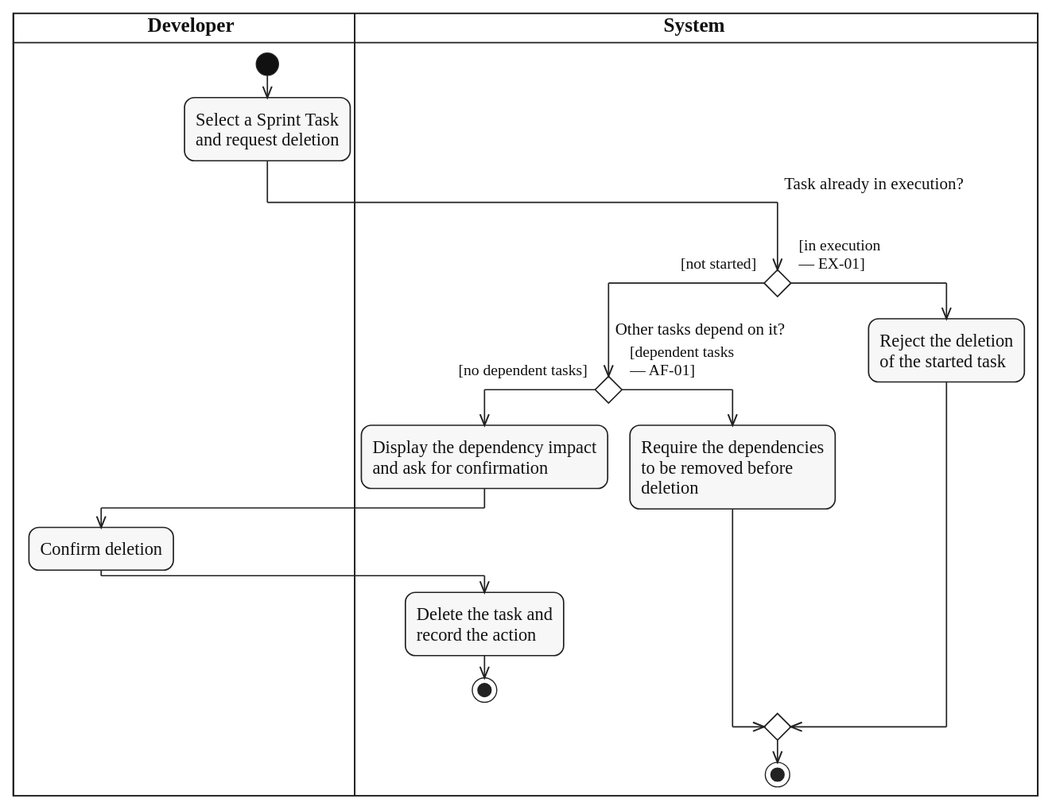
This is diagrams/activity/sprint-work/svg/UC-SPRINT-TASK-DELETE.svg from lukenab/swd392-doc-automation, a PlantUML export, as it was before one commit. Its source is kept beside it as diagrams/activity/sprint-work/source/UC-SPRINT-TASK-DELETE.puml.
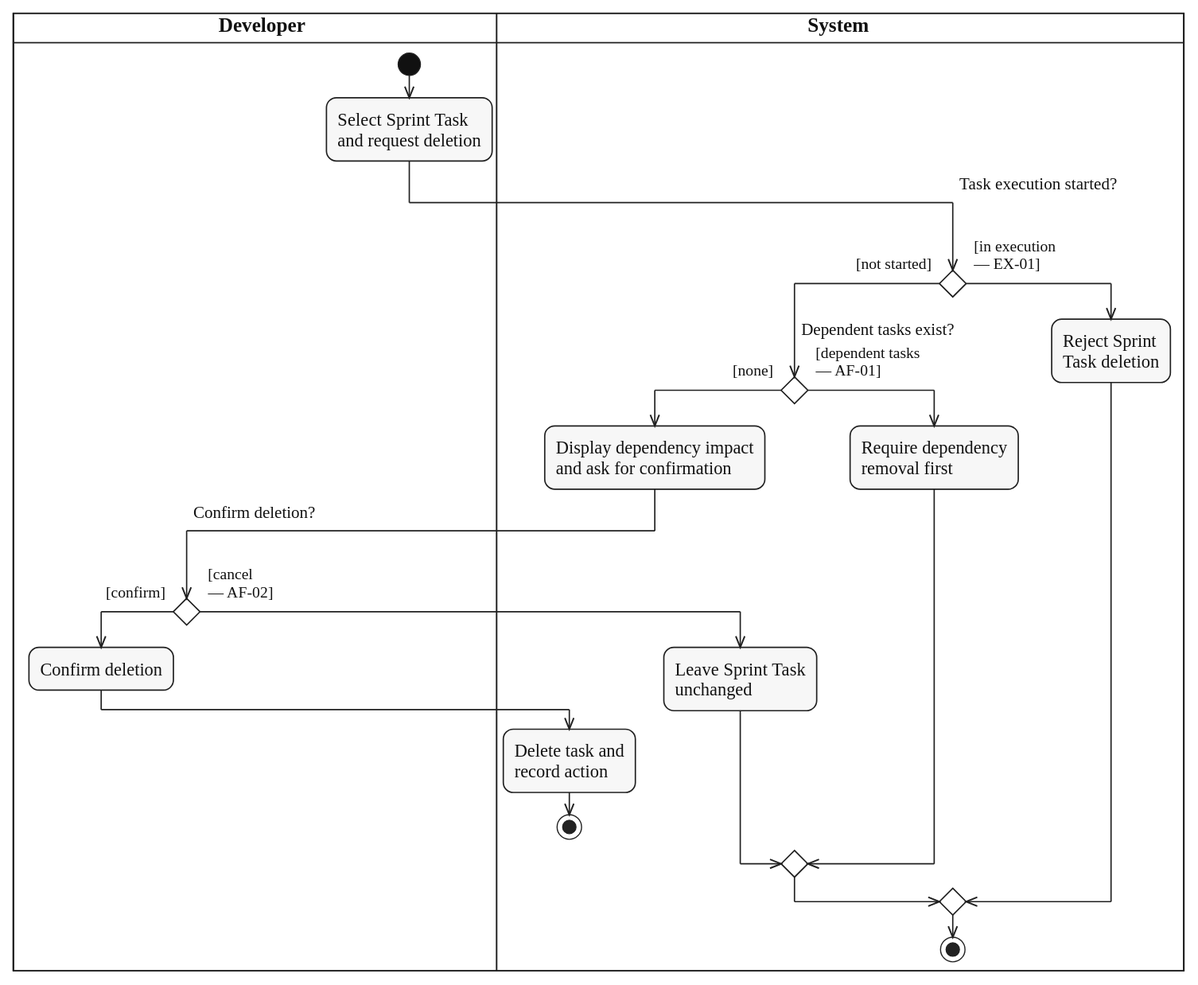
The same diagram one commit later.

Change to the diagram source:
```diff
@@ -5,27 +5,35 @@
 
 |DEV|
 start
-:Select a Sprint Task
+:Select Sprint Task
 and request deletion;
 |SYS|
-if ($question_x("Task already in execution?")) then ($guard_left("[not started]"))
-  if ($question("Other tasks depend on it?")) then ($guard_left("[no dependent tasks]"))
-    :Display the dependency impact
+if ($question_x("Task execution started?")) then ($guard_left("[not started]"))
+  if ($question("Dependent tasks exist?")) then ($guard_left("[none]"))
+    :Display dependency impact
     and ask for confirmation;
     |DEV|
-    :Confirm deletion;
+    if ($question_x("Confirm deletion?")) then ($guard_left("[confirm]"))
+      :Confirm deletion;
+      |SYS|
+      :Delete task and
+      record action;
+      stop
+    else ($guard_right("[cancel", "— AF-02]"))
+      |SYS|
+      :Leave Sprint Task
+      unchanged;
+    endif
+  else ($guard_right("[dependent tasks", "— AF-01]"))
     |SYS|
-    :Delete the task and
-    record the action;
-    stop
-  else ($guard_right("[dependent tasks", "— AF-01]"))
-    :Require the dependencies
-    to be removed before
-    deletion;
+    :Require dependency
+    removal first;
   endif
 else ($guard_right("[in execution", "— EX-01]"))
-  :Reject the deletion
-  of the started task;
+  |SYS|
+  :Reject Sprint
+  Task deletion;
 endif
+|SYS|
 stop
 @enduml
```
